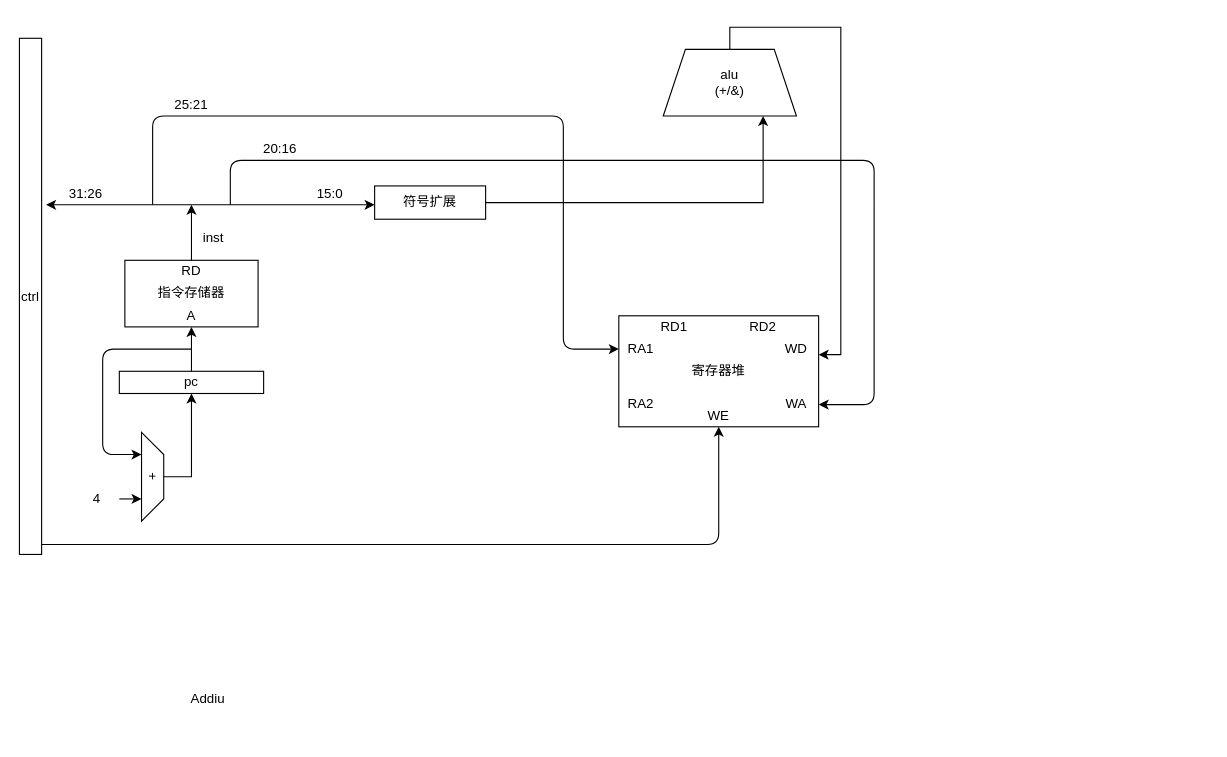
The draw.io diagram page "Page-2" (2 of 2) of 2.drawio in lzhenbit/Dictionary, before the edit. Source tidied: cells renumbered, new cells numbered last; positions are measured from the earlier drawing's top-left corner, leaving out a move shared by most shapes. Both pictures are drawn from the tidied source at 111%, with x=0, y=0 at pixel (19, 38).
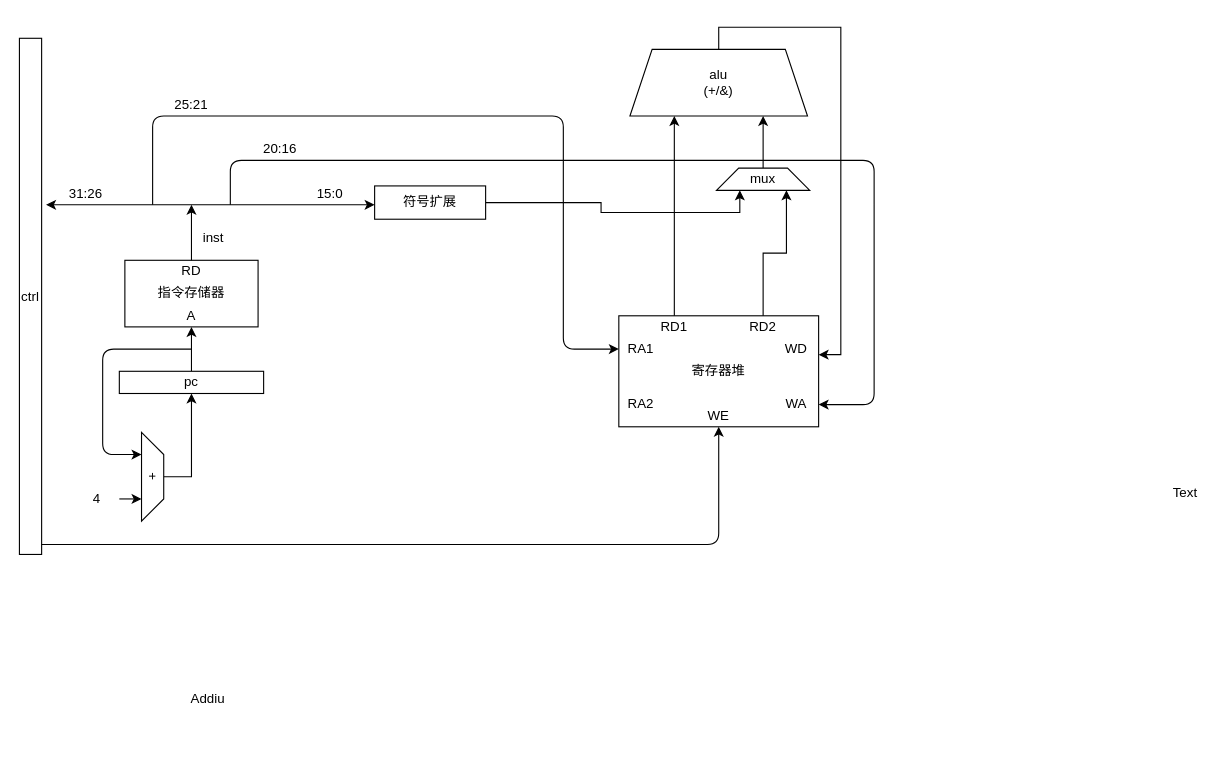
The same diagram, later.

Unchanged cells that the change refers to:
```xml
<mxCell id="18" value="RD2" style="text;html=1;strokeColor=none;fillColor=none;align=center;verticalAlign=middle;whiteSpace=wrap;rounded=0;" parent="1" vertex="1">
  <mxGeometry x="650" y="250" width="40" height="20" as="geometry" />
</mxCell>
<mxCell id="19" value="RD1" style="text;html=1;strokeColor=none;fillColor=none;align=center;verticalAlign=middle;whiteSpace=wrap;rounded=0;" parent="1" vertex="1">
  <mxGeometry x="570" y="250" width="40" height="20" as="geometry" />
</mxCell>
<mxCell id="26" value="符号扩展" style="rounded=0;whiteSpace=wrap;html=1;" parent="1" vertex="1">
  <mxGeometry x="320" y="133" width="100" height="30" as="geometry" />
</mxCell>
```

Change to the diagram source:
```diff
@@
+    <mxCell id="36" style="edgeStyle=orthogonalEdgeStyle;rounded=0;jettySize=auto;html=1;exitX=0.5;exitY=0;exitDx=0;exitDy=0;entryX=0.75;entryY=1;entryDx=0;entryDy=0;" parent="1" edge="1" source="18" target="39">
+      <mxGeometry relative="1" as="geometry" />
+    </mxCell>
@@
+    <mxCell id="37" style="edgeStyle=orthogonalEdgeStyle;rounded=0;jettySize=auto;html=1;exitX=0.5;exitY=0;exitDx=0;exitDy=0;entryX=0.25;entryY=1;entryDx=0;entryDy=0;" parent="1" edge="1" source="19" target="24">
+      <mxGeometry relative="1" as="geometry" />
+    </mxCell>
@@
     <mxCell id="24" value="alu&lt;br&gt;(+/&amp;amp;)" style="shape=trapezoid;perimeter=trapezoidPerimeter;whiteSpace=wrap;html=1;fixedSize=1;" parent="1" vertex="1">
-      <mxGeometry x="580" y="10" width="120" height="60" as="geometry" />
+      <mxGeometry x="550" y="10" width="160" height="60" as="geometry" />
     </mxCell>
-    <mxCell id="25" style="edgeStyle=orthogonalEdgeStyle;rounded=0;jettySize=auto;html=1;entryX=0.75;entryY=1;entryDx=0;entryDy=0;" parent="1" edge="1" source="26" target="24">
+    <mxCell id="25" style="edgeStyle=orthogonalEdgeStyle;rounded=0;jettySize=auto;html=1;entryX=0.25;entryY=1;entryDx=0;entryDy=0;" parent="1" edge="1" source="26" target="39">
       <mxGeometry relative="1" as="geometry" />
     </mxCell>
@@
+    <mxCell id="38" style="edgeStyle=orthogonalEdgeStyle;rounded=0;jettySize=auto;html=1;entryX=0.75;entryY=1;entryDx=0;entryDy=0;" parent="1" edge="1" source="39" target="24">
+      <mxGeometry relative="1" as="geometry" />
+    </mxCell>
+    <mxCell id="39" value="mux" style="shape=trapezoid;perimeter=trapezoidPerimeter;whiteSpace=wrap;html=1;fixedSize=1;" parent="1" vertex="1">
+      <mxGeometry x="628" y="117" width="84" height="20" as="geometry" />
+    </mxCell>
+    <mxCell id="40" value="Text" style="text;html=1;align=center;verticalAlign=middle;" parent="1" vertex="1">
+      <mxGeometry x="1030" y="400" width="40" height="20" as="geometry" />
+    </mxCell>
```
